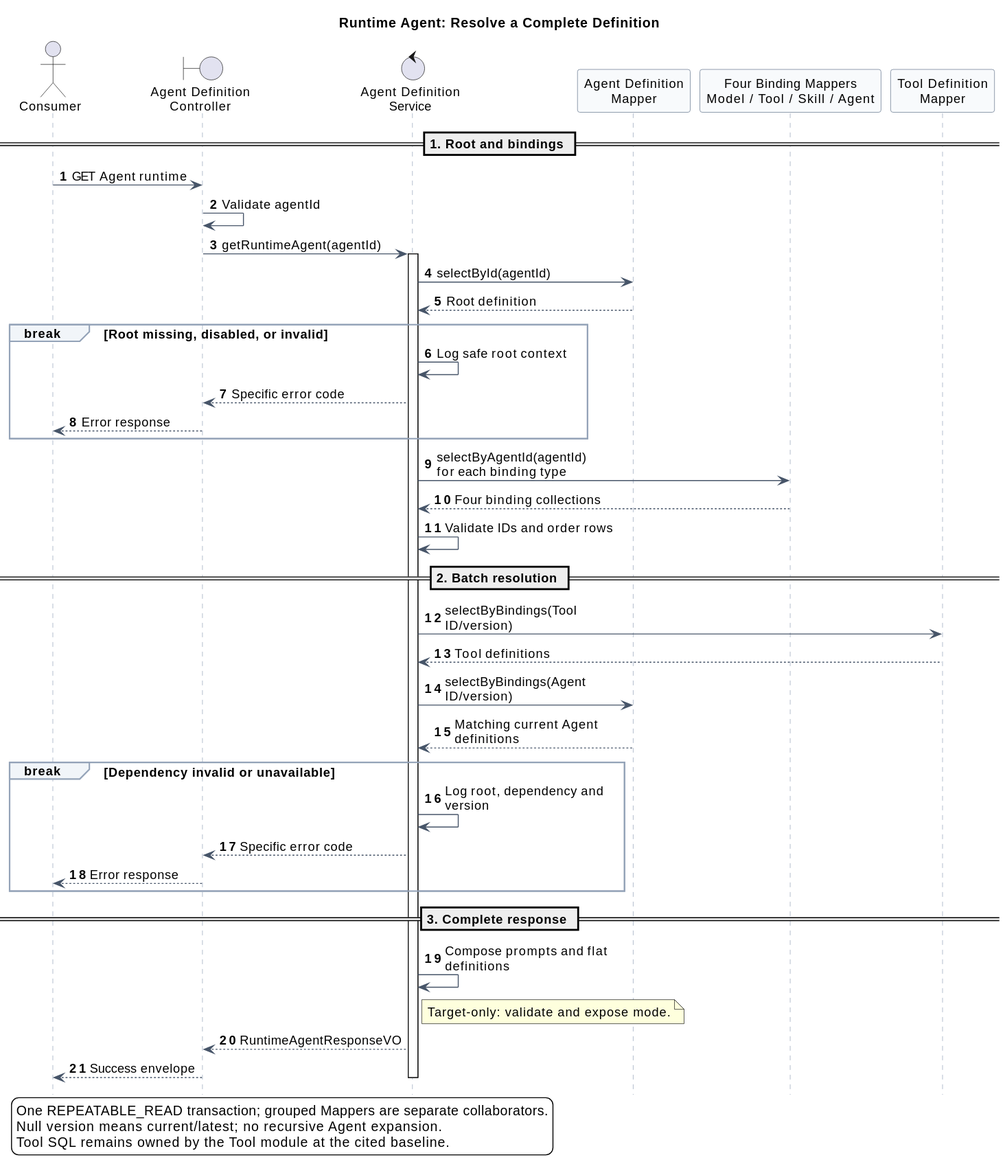
Before: 03-数据与存储/02-Agent元数据GaussDB/runtime_agent_query_flow.svg, a diagram exported from PlantUML (ssm0808/pi-mono-java-design).
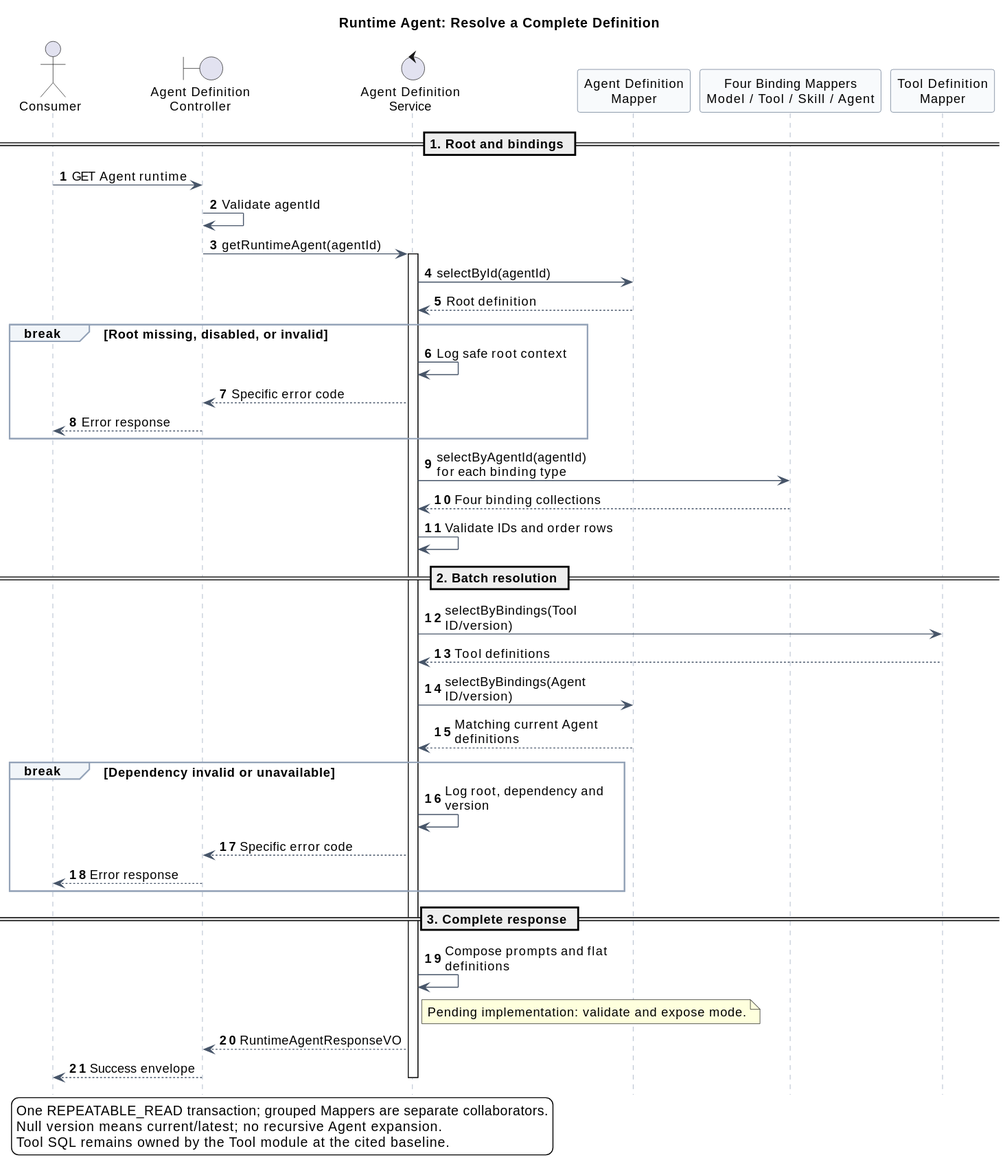
After the commit.

Diff of the diagram source:
```diff
@@ -53,7 +53,7 @@
 == 3. Complete response ==
 Service -> Service : Compose prompts and flat definitions
 note right of Service
-Target-only: validate and expose mode.
+Pending implementation: validate and expose mode.
 end note
 Service --> Controller : RuntimeAgentResponseVO
 Controller --> Consumer : Success envelope
```
